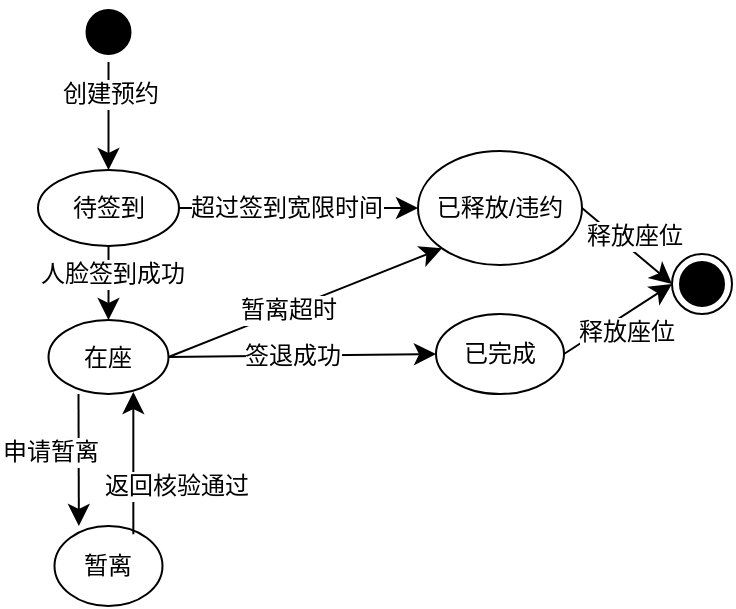
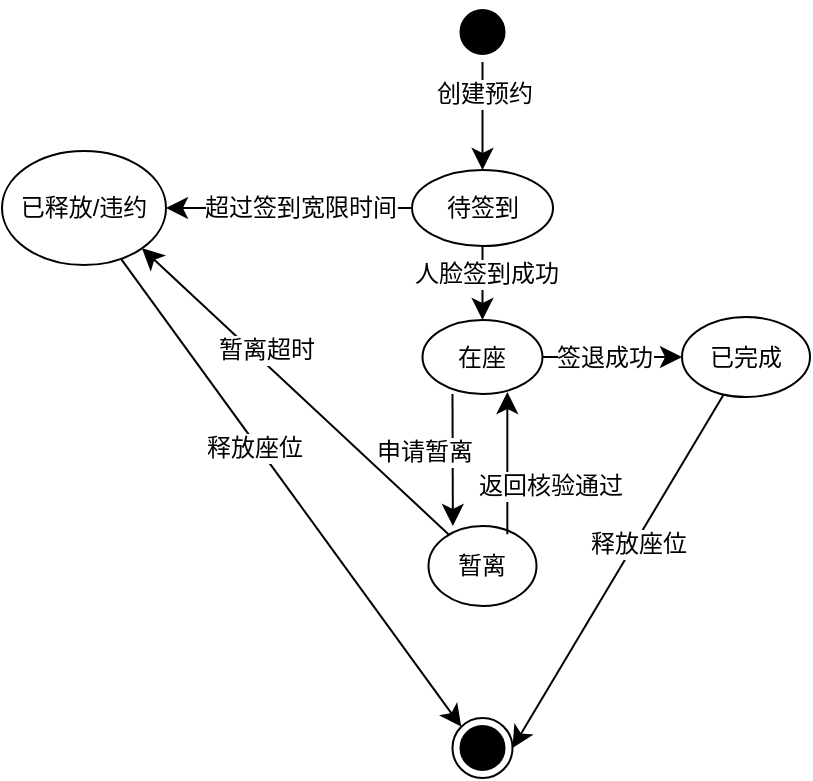
<mxfile host="app.diagrams.net">
  <diagram name="Page-1" id="R_qFgNZ_0z-VYqzUTVwr">
-     <mxGraphModel dx="961" dy="1083" grid="0" gridSize="10" guides="1" tooltips="1" connect="1" arrows="1" fold="1" page="0" pageScale="1" pageWidth="827" pageHeight="1169" math="0" shadow="0">
+     <mxGraphModel dx="1364" dy="1083" grid="0" gridSize="10" guides="1" tooltips="1" connect="1" arrows="1" fold="1" page="0" pageScale="1" pageWidth="827" pageHeight="1169" math="0" shadow="0">
      <root>
        <mxCell id="0" />
        <mxCell id="1" parent="0" />
        <mxCell id="Nq35XBhJf9lEH7dV8HiH-9" edge="1" parent="1" source="Nq35XBhJf9lEH7dV8HiH-1" style="edgeStyle=none;curved=1;rounded=0;orthogonalLoop=1;jettySize=auto;html=1;exitX=0.5;exitY=1;exitDx=0;exitDy=0;entryX=0.5;entryY=0;entryDx=0;entryDy=0;fontSize=12;startSize=8;endSize=8;" target="Nq35XBhJf9lEH7dV8HiH-3">
          <mxGeometry relative="1" as="geometry" />
        </mxCell>
        <mxCell id="Nq35XBhJf9lEH7dV8HiH-11" connectable="0" parent="Nq35XBhJf9lEH7dV8HiH-9" style="edgeLabel;html=1;align=center;verticalAlign=middle;resizable=0;points=[];fontSize=12;" value="创建预约" vertex="1">
          <mxGeometry relative="1" x="-0.4039" as="geometry">
            <mxPoint as="offset" />
          </mxGeometry>
        </mxCell>
        <mxCell id="Nq35XBhJf9lEH7dV8HiH-1" parent="1" style="ellipse;html=1;shape=startState;fillColor=#000000;strokeColor=#000000;" value="" vertex="1">
          <mxGeometry height="30" width="30" x="151.25" y="-197" as="geometry" />
        </mxCell>
        <mxCell id="Nq35XBhJf9lEH7dV8HiH-12" edge="1" parent="1" source="Nq35XBhJf9lEH7dV8HiH-3" style="edgeStyle=none;curved=1;rounded=0;orthogonalLoop=1;jettySize=auto;html=1;exitX=0.5;exitY=1;exitDx=0;exitDy=0;fontSize=12;startSize=8;endSize=8;" target="Nq35XBhJf9lEH7dV8HiH-4">
          <mxGeometry relative="1" as="geometry" />
        </mxCell>
        <mxCell id="Nq35XBhJf9lEH7dV8HiH-13" connectable="0" parent="Nq35XBhJf9lEH7dV8HiH-12" style="edgeLabel;html=1;align=center;verticalAlign=middle;resizable=0;points=[];fontSize=12;" value="人脸签到成功" vertex="1">
          <mxGeometry relative="1" x="-0.2679" y="1" as="geometry">
            <mxPoint as="offset" />
          </mxGeometry>
        </mxCell>
        <mxCell id="Nq35XBhJf9lEH7dV8HiH-14" edge="1" parent="1" source="Nq35XBhJf9lEH7dV8HiH-3" style="edgeStyle=none;curved=1;rounded=0;orthogonalLoop=1;jettySize=auto;html=1;exitX=1;exitY=0.5;exitDx=0;exitDy=0;fontSize=12;startSize=8;endSize=8;" target="Nq35XBhJf9lEH7dV8HiH-7">
          <mxGeometry relative="1" as="geometry" />
        </mxCell>
-         <mxCell id="Nq35XBhJf9lEH7dV8HiH-15" connectable="0" parent="Nq35XBhJf9lEH7dV8HiH-14" style="edgeLabel;html=1;align=center;verticalAlign=middle;resizable=0;points=[];fontSize=12;" value="超过签到宽限时间" vertex="1">
-           <mxGeometry relative="1" x="-0.3098" y="1" as="geometry">
-             <mxPoint x="12" y="1" as="offset" />
+         <mxCell id="Nq35XBhJf9lEH7dV8HiH-34" connectable="0" parent="Nq35XBhJf9lEH7dV8HiH-14" style="edgeLabel;html=1;align=center;verticalAlign=middle;resizable=0;points=[];fontSize=12;" value="超过签到宽限时间" vertex="1">
+           <mxGeometry relative="1" x="0.4396" as="geometry">
+             <mxPoint x="13" as="offset" />
          </mxGeometry>
        </mxCell>
        <mxCell id="Nq35XBhJf9lEH7dV8HiH-3" parent="1" style="ellipse;whiteSpace=wrap;html=1;" value="待签到" vertex="1">
          <mxGeometry height="38" width="70.5" x="131" y="-113" as="geometry" />
        </mxCell>
        <mxCell id="Nq35XBhJf9lEH7dV8HiH-16" edge="1" parent="1" style="edgeStyle=none;curved=1;rounded=0;orthogonalLoop=1;jettySize=auto;html=1;entryX=0.5;entryY=0;entryDx=0;entryDy=0;fontSize=12;startSize=8;endSize=8;">
          <mxGeometry relative="1" as="geometry">
            <mxPoint x="151.24683509723633" y="-1.000344820863802" as="sourcePoint" />
            <mxPoint x="151.43" y="65" as="targetPoint" />
          </mxGeometry>
        </mxCell>
        <mxCell id="Nq35XBhJf9lEH7dV8HiH-17" connectable="0" parent="Nq35XBhJf9lEH7dV8HiH-16" style="edgeLabel;html=1;align=center;verticalAlign=middle;resizable=0;points=[];fontSize=12;" value="申请暂离" vertex="1">
          <mxGeometry relative="1" x="-0.147" y="1" as="geometry">
            <mxPoint x="-16" y="1" as="offset" />
          </mxGeometry>
        </mxCell>
-         <mxCell id="Nq35XBhJf9lEH7dV8HiH-18" edge="1" parent="1" source="Nq35XBhJf9lEH7dV8HiH-4" style="edgeStyle=none;curved=1;rounded=0;orthogonalLoop=1;jettySize=auto;html=1;exitX=1;exitY=0.5;exitDx=0;exitDy=0;entryX=0;entryY=1;entryDx=0;entryDy=0;fontSize=12;startSize=8;endSize=8;" target="Nq35XBhJf9lEH7dV8HiH-7">
+         <mxCell id="Nq35XBhJf9lEH7dV8HiH-32" edge="1" parent="1" source="Nq35XBhJf9lEH7dV8HiH-4" style="edgeStyle=none;curved=1;rounded=0;orthogonalLoop=1;jettySize=auto;html=1;exitX=1;exitY=0.5;exitDx=0;exitDy=0;entryX=0;entryY=0.5;entryDx=0;entryDy=0;fontSize=12;startSize=8;endSize=8;" target="Nq35XBhJf9lEH7dV8HiH-6">
          <mxGeometry relative="1" as="geometry" />
        </mxCell>
-         <mxCell id="Nq35XBhJf9lEH7dV8HiH-19" connectable="0" parent="Nq35XBhJf9lEH7dV8HiH-18" style="edgeLabel;html=1;align=center;verticalAlign=middle;resizable=0;points=[];fontSize=12;" value="暂离超时" vertex="1">
-           <mxGeometry relative="1" x="-0.1282" as="geometry">
-             <mxPoint as="offset" />
-           </mxGeometry>
-         </mxCell>
-         <mxCell id="Nq35XBhJf9lEH7dV8HiH-20" edge="1" parent="1" source="Nq35XBhJf9lEH7dV8HiH-4" style="edgeStyle=none;curved=1;rounded=0;orthogonalLoop=1;jettySize=auto;html=1;exitX=1;exitY=0.5;exitDx=0;exitDy=0;entryX=0;entryY=0.5;entryDx=0;entryDy=0;fontSize=12;startSize=8;endSize=8;" target="Nq35XBhJf9lEH7dV8HiH-6">
-           <mxGeometry relative="1" as="geometry" />
-         </mxCell>
-         <mxCell id="Nq35XBhJf9lEH7dV8HiH-21" connectable="0" parent="Nq35XBhJf9lEH7dV8HiH-20" style="edgeLabel;html=1;align=center;verticalAlign=middle;resizable=0;points=[];fontSize=12;" value="签退成功" vertex="1">
-           <mxGeometry relative="1" x="-0.0832" as="geometry">
-             <mxPoint as="offset" />
+         <mxCell id="Nq35XBhJf9lEH7dV8HiH-33" connectable="0" parent="Nq35XBhJf9lEH7dV8HiH-32" style="edgeLabel;html=1;align=center;verticalAlign=middle;resizable=0;points=[];fontSize=12;" value="签退成功" vertex="1">
+           <mxGeometry relative="1" x="-0.298" y="-2" as="geometry">
+             <mxPoint x="6" y="-2" as="offset" />
          </mxGeometry>
        </mxCell>
        <mxCell id="Nq35XBhJf9lEH7dV8HiH-4" parent="1" style="ellipse;whiteSpace=wrap;html=1;" value="在座" vertex="1">
          <mxGeometry height="37" width="60" x="136.25" y="-38" as="geometry" />
        </mxCell>
+         <mxCell id="Nq35XBhJf9lEH7dV8HiH-30" edge="1" parent="1" source="Nq35XBhJf9lEH7dV8HiH-5" style="edgeStyle=none;curved=1;rounded=0;orthogonalLoop=1;jettySize=auto;html=1;entryX=1;entryY=1;entryDx=0;entryDy=0;fontSize=12;startSize=8;endSize=8;" target="Nq35XBhJf9lEH7dV8HiH-7">
+           <mxGeometry relative="1" as="geometry" />
+         </mxCell>
+         <mxCell id="Nq35XBhJf9lEH7dV8HiH-31" connectable="0" parent="Nq35XBhJf9lEH7dV8HiH-30" style="edgeLabel;html=1;align=center;verticalAlign=middle;resizable=0;points=[];fontSize=12;" value="暂离超时" vertex="1">
+           <mxGeometry relative="1" x="0.3178" y="3" as="geometry">
+             <mxPoint x="12" as="offset" />
+           </mxGeometry>
+         </mxCell>
        <mxCell id="Nq35XBhJf9lEH7dV8HiH-5" parent="1" style="ellipse;whiteSpace=wrap;html=1;" value="暂离" vertex="1">
          <mxGeometry height="40" width="54" x="139.25" y="65" as="geometry" />
        </mxCell>
-         <mxCell id="Nq35XBhJf9lEH7dV8HiH-6" parent="1" style="ellipse;whiteSpace=wrap;html=1;" value="已完成" vertex="1">
-           <mxGeometry height="40" width="64" x="330" y="-41" as="geometry" />
-         </mxCell>
-         <mxCell id="Nq35XBhJf9lEH7dV8HiH-22" edge="1" parent="1" source="Nq35XBhJf9lEH7dV8HiH-7" style="edgeStyle=none;curved=1;rounded=0;orthogonalLoop=1;jettySize=auto;html=1;exitX=1;exitY=0.5;exitDx=0;exitDy=0;entryX=0;entryY=0.5;entryDx=0;entryDy=0;fontSize=12;startSize=8;endSize=8;" target="Nq35XBhJf9lEH7dV8HiH-8">
+         <mxCell id="Nq35XBhJf9lEH7dV8HiH-35" edge="1" parent="1" source="Nq35XBhJf9lEH7dV8HiH-6" style="edgeStyle=none;curved=1;rounded=0;orthogonalLoop=1;jettySize=auto;html=1;entryX=1;entryY=0.5;entryDx=0;entryDy=0;fontSize=12;startSize=8;endSize=8;" target="Nq35XBhJf9lEH7dV8HiH-8">
          <mxGeometry relative="1" as="geometry" />
        </mxCell>
-         <mxCell id="Nq35XBhJf9lEH7dV8HiH-24" connectable="0" parent="Nq35XBhJf9lEH7dV8HiH-22" style="edgeLabel;html=1;align=center;verticalAlign=middle;resizable=0;points=[];fontSize=12;" value="释放座位" vertex="1">
-           <mxGeometry relative="1" x="-0.3905" y="-1" as="geometry">
-             <mxPoint x="13" y="1" as="offset" />
+         <mxCell id="Nq35XBhJf9lEH7dV8HiH-37" connectable="0" parent="Nq35XBhJf9lEH7dV8HiH-35" style="edgeLabel;html=1;align=center;verticalAlign=middle;resizable=0;points=[];fontSize=12;" value="释放座位" vertex="1">
+           <mxGeometry relative="1" x="-0.166" y="1" as="geometry">
+             <mxPoint as="offset" />
+           </mxGeometry>
+         </mxCell>
+         <mxCell id="Nq35XBhJf9lEH7dV8HiH-6" parent="1" style="ellipse;whiteSpace=wrap;html=1;" value="已完成" vertex="1">
+           <mxGeometry height="40" width="64" x="266" y="-39.5" as="geometry" />
+         </mxCell>
+         <mxCell id="Nq35XBhJf9lEH7dV8HiH-36" edge="1" parent="1" source="Nq35XBhJf9lEH7dV8HiH-7" style="edgeStyle=none;curved=1;rounded=0;orthogonalLoop=1;jettySize=auto;html=1;entryX=0;entryY=0;entryDx=0;entryDy=0;fontSize=12;startSize=8;endSize=8;" target="Nq35XBhJf9lEH7dV8HiH-8">
+           <mxGeometry relative="1" as="geometry" />
+         </mxCell>
+         <mxCell id="Nq35XBhJf9lEH7dV8HiH-38" connectable="0" parent="Nq35XBhJf9lEH7dV8HiH-36" style="edgeLabel;html=1;align=center;verticalAlign=middle;resizable=0;points=[];fontSize=12;" value="释放座位" vertex="1">
+           <mxGeometry relative="1" x="-0.2081" y="-1" as="geometry">
+             <mxPoint y="1" as="offset" />
          </mxGeometry>
        </mxCell>
        <mxCell id="Nq35XBhJf9lEH7dV8HiH-7" parent="1" style="ellipse;whiteSpace=wrap;html=1;" value="已释放/违约" vertex="1">
-           <mxGeometry height="57" width="82" x="321" y="-122.5" as="geometry" />
+           <mxGeometry height="57" width="82" x="-74" y="-122.5" as="geometry" />
        </mxCell>
        <mxCell id="Nq35XBhJf9lEH7dV8HiH-8" parent="1" style="ellipse;html=1;shape=endState;fillColor=#000000;strokeColor=#000000;" value="" vertex="1">
-           <mxGeometry height="30" width="30" x="448" y="-71" as="geometry" />
-         </mxCell>
-         <mxCell id="Nq35XBhJf9lEH7dV8HiH-23" edge="1" parent="1" source="Nq35XBhJf9lEH7dV8HiH-6" style="edgeStyle=none;curved=1;rounded=0;orthogonalLoop=1;jettySize=auto;html=1;exitX=1;exitY=0.5;exitDx=0;exitDy=0;fontSize=12;startSize=8;endSize=8;entryX=0;entryY=0.5;entryDx=0;entryDy=0;" target="Nq35XBhJf9lEH7dV8HiH-8">
-           <mxGeometry relative="1" as="geometry">
-             <mxPoint x="436" y="-27" as="targetPoint" />
-           </mxGeometry>
-         </mxCell>
-         <mxCell id="Nq35XBhJf9lEH7dV8HiH-25" connectable="0" parent="Nq35XBhJf9lEH7dV8HiH-23" style="edgeLabel;html=1;align=center;verticalAlign=middle;resizable=0;points=[];fontSize=12;" value="释放座位" vertex="1">
-           <mxGeometry relative="1" x="-0.1745" y="-1" as="geometry">
-             <mxPoint x="8" y="2" as="offset" />
-           </mxGeometry>
+           <mxGeometry height="30" width="30" x="151.25" y="161" as="geometry" />
        </mxCell>
        <mxCell id="Nq35XBhJf9lEH7dV8HiH-27" edge="1" parent="1" source="Nq35XBhJf9lEH7dV8HiH-5" style="rounded=0;orthogonalLoop=1;jettySize=auto;html=1;entryX=0.707;entryY=0.973;entryDx=0;entryDy=0;fontSize=12;startSize=8;endSize=8;exitX=0.73;exitY=0.103;exitDx=0;exitDy=0;entryPerimeter=0;exitPerimeter=0;" target="Nq35XBhJf9lEH7dV8HiH-4">
          <mxGeometry relative="1" as="geometry">
            <mxPoint x="185.58293399464935" y="70.77029950401311" as="sourcePoint" />
            <mxPoint x="181.25" y="-3.6639999999999873" as="targetPoint" />
          </mxGeometry>
        </mxCell>
        <mxCell id="Nq35XBhJf9lEH7dV8HiH-28" connectable="0" parent="Nq35XBhJf9lEH7dV8HiH-27" style="edgeLabel;html=1;align=center;verticalAlign=middle;resizable=0;points=[];fontSize=12;" value="返回核验通过" vertex="1">
          <mxGeometry relative="1" x="0.0001" y="-3" as="geometry">
            <mxPoint x="18" y="11" as="offset" />
          </mxGeometry>
        </mxCell>
      </root>
    </mxGraphModel>
  </diagram>
</mxfile>
